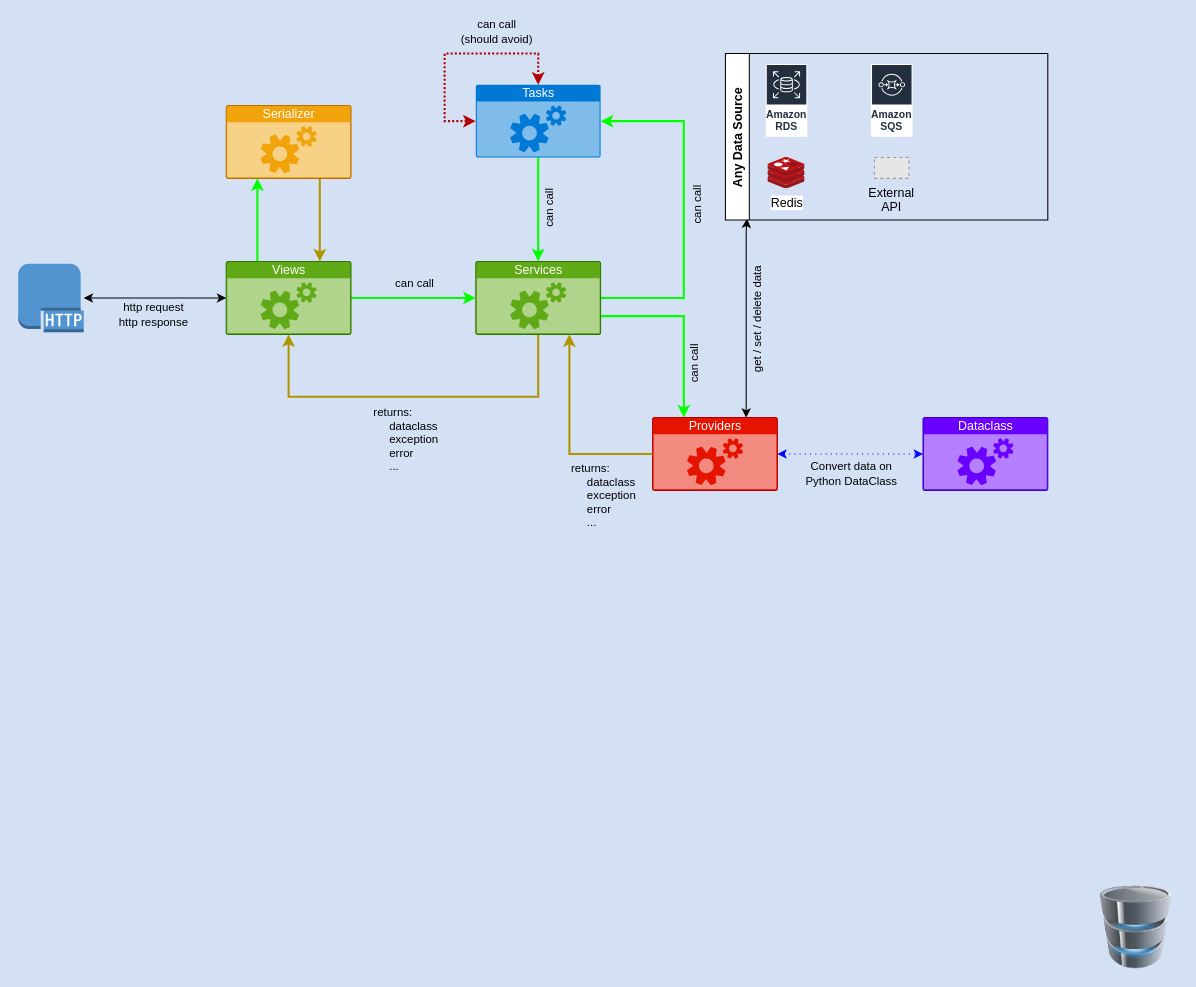
This is basic-django-sertvice-provider-architecture.drawio from diogohudson/django-service-provider-architecture, a draw.io file, before an edit. Source tidied: cells renumbered, new cells numbered last; positions are measured from the earlier drawing's top-left corner, leaving out a move shared by most shapes. Both pictures are drawn from the tidied source at 104%, with x=0, y=0 at pixel (18, 53). Pictures stored in the file or linked from it are replaced by grey dashed boxes.
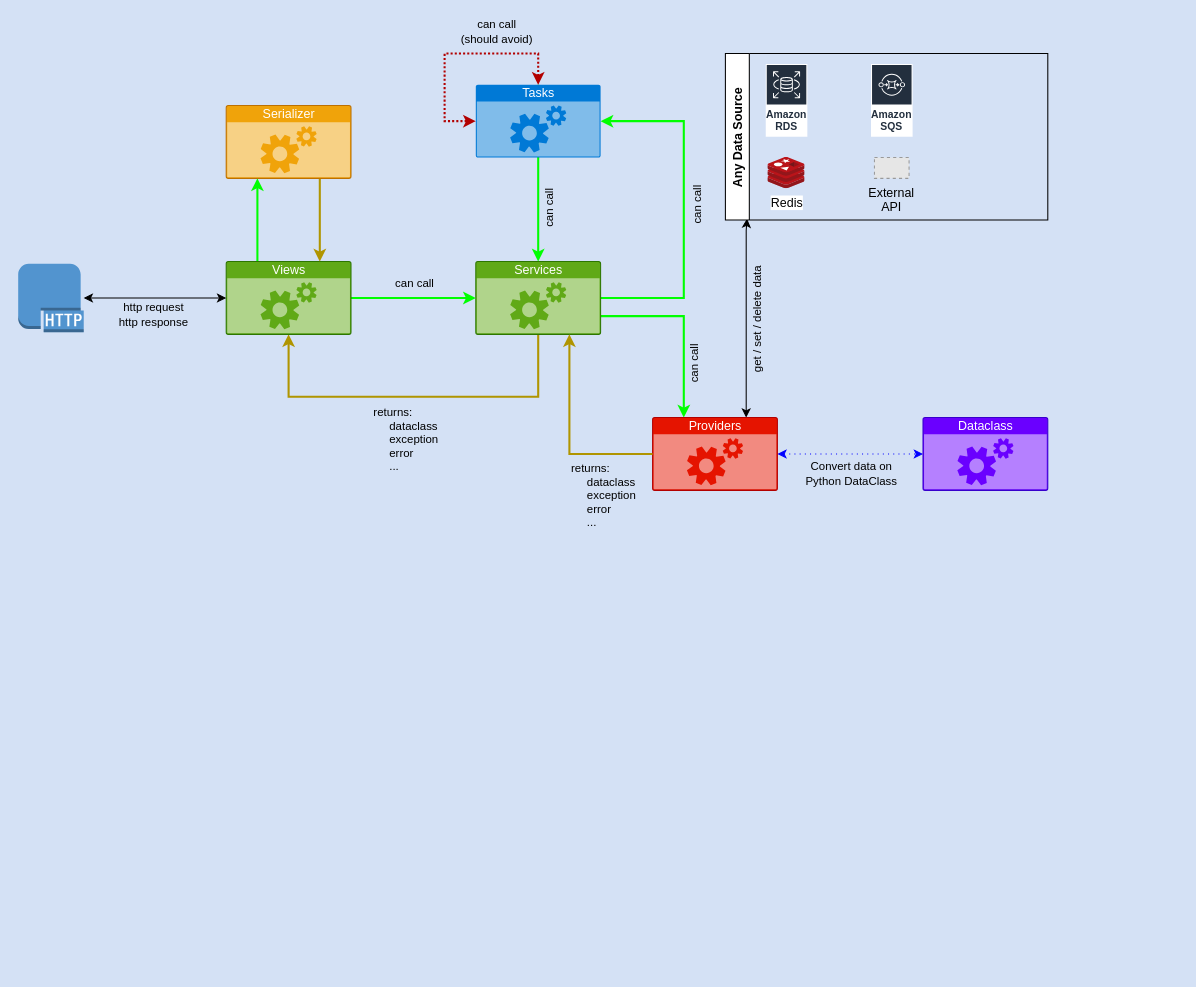
The same diagram, later.

Commit message:
fix: remove lost db icon

The edit, as a diff of the source:
```diff
@@
-    <mxCell id="2" style="image;html=1;image=img/lib/clip_art/computers/Database_128x128.png;" parent="1" vertex="1">
-      <mxGeometry x="1035" y="800" width="80" height="80" as="geometry" />
-    </mxCell>
```
